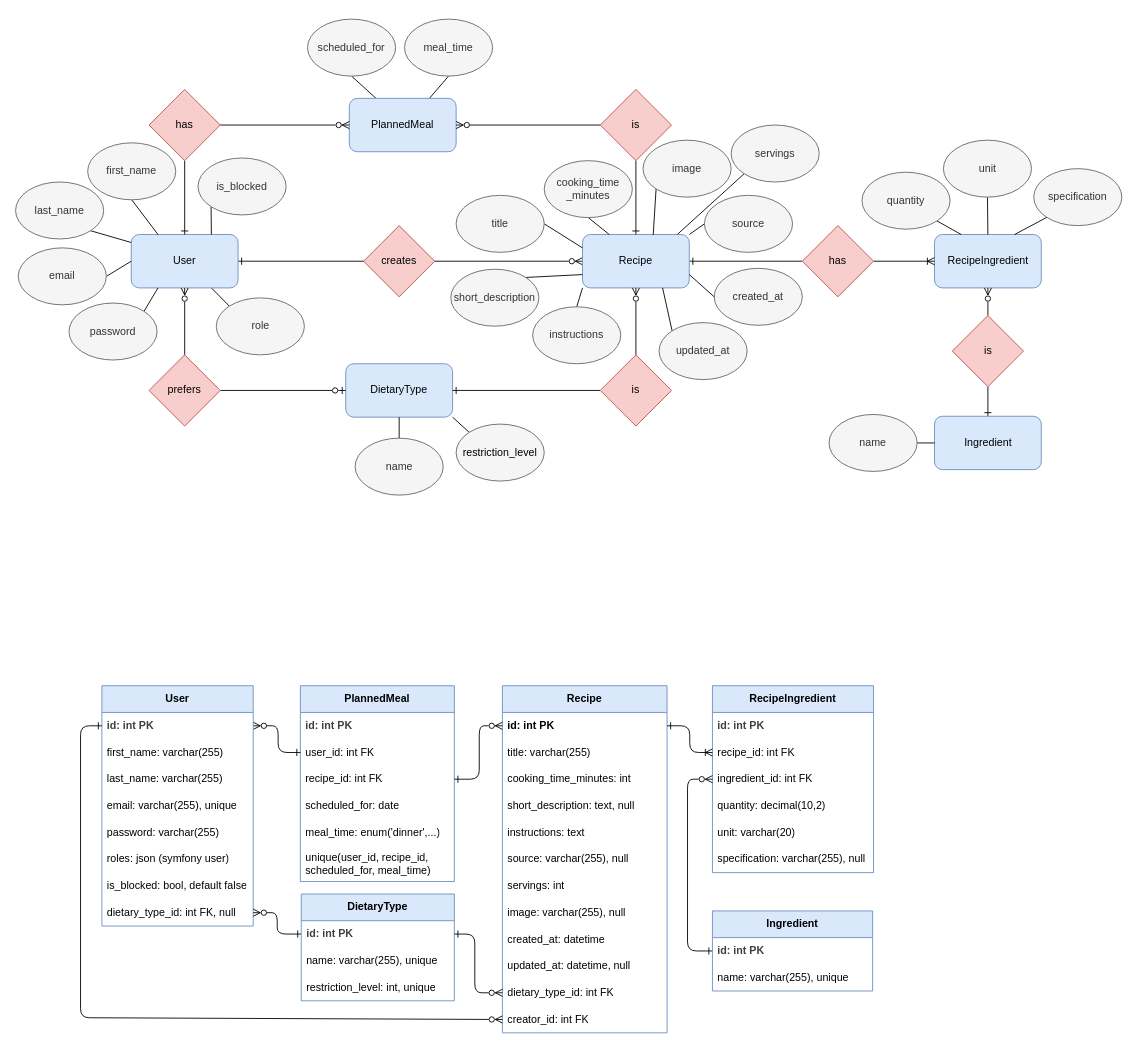
Earlier version of the draw.io diagram docs/erd/erd.drawio (ClaudiaLingenhoel/meal-planner). Source tidied: cells renumbered, new cells numbered last; positions are measured from the earlier drawing's top-left corner, leaving out a move shared by most shapes. Both pictures are drawn from the tidied source at 89%, with x=0, y=0 at pixel (15, 19).
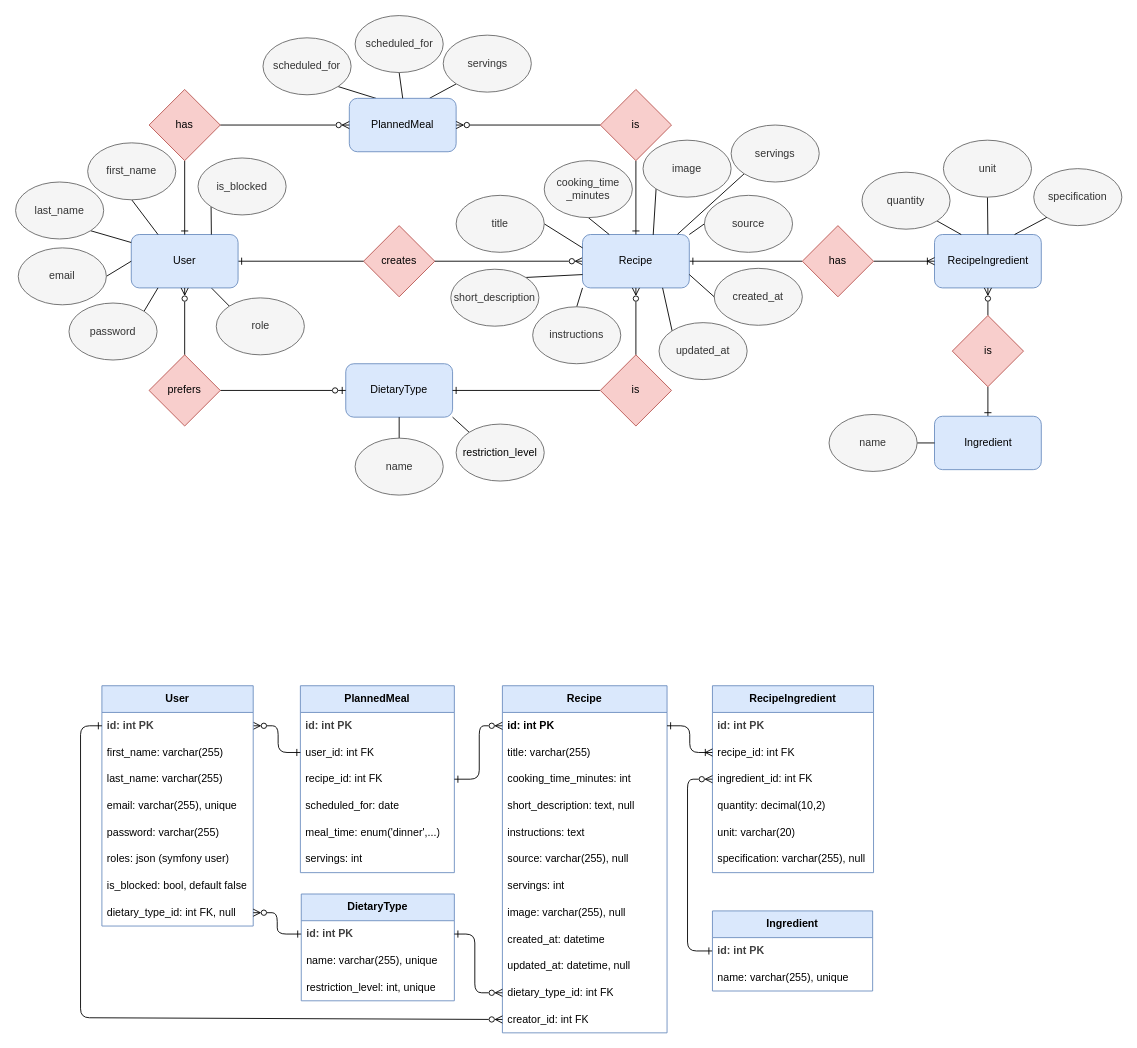
Above is the later version.

Commit message (it also covers changes not shown here):
Add servings to planned meals

Unchanged cells that the change refers to:
```xml
<mxCell id="118" value="PlannedMeal" style="rounded=1;whiteSpace=wrap;html=1;fillColor=#dae8fc;strokeColor=#6c8ebf;" parent="1" vertex="1">
  <mxGeometry x="375" y="89" width="120" height="60" as="geometry" />
</mxCell>
```

What changed in the source:
```diff
@@
-    <mxCell id="26" style="edgeStyle=none;shape=connector;rounded=1;html=1;exitX=0.5;exitY=1;exitDx=0;exitDy=0;strokeColor=default;align=center;verticalAlign=middle;fontFamily=Helvetica;fontSize=11;fontColor=default;labelBackgroundColor=default;endArrow=none;endFill=0;entryX=0.25;entryY=0;entryDx=0;entryDy=0;" parent="1" edge="1" source="27" target="118">
+    <mxCell id="26" style="edgeStyle=none;shape=connector;rounded=1;html=1;exitX=1;exitY=1;exitDx=0;exitDy=0;strokeColor=default;align=center;verticalAlign=middle;fontFamily=Helvetica;fontSize=11;fontColor=default;labelBackgroundColor=default;endArrow=none;endFill=0;entryX=0.25;entryY=0;entryDx=0;entryDy=0;" parent="1" edge="1" source="27" target="118">
       <mxGeometry relative="1" as="geometry" />
     </mxCell>
     <mxCell id="27" value="scheduled_for" style="ellipse;whiteSpace=wrap;html=1;fillColor=#f5f5f5;fontColor=#333333;strokeColor=#666666;" parent="1" vertex="1">
-      <mxGeometry x="328" width="99" height="64" as="geometry" />
+      <mxGeometry x="278" y="21" width="99" height="64" as="geometry" />
     </mxCell>
-    <mxCell id="28" style="edgeStyle=none;shape=connector;rounded=1;html=1;exitX=0.5;exitY=1;exitDx=0;exitDy=0;strokeColor=default;align=center;verticalAlign=middle;fontFamily=Helvetica;fontSize=11;fontColor=default;labelBackgroundColor=default;endArrow=none;endFill=0;entryX=0.75;entryY=0;entryDx=0;entryDy=0;" parent="1" edge="1" source="29" target="118">
+    <mxCell id="28" style="edgeStyle=none;shape=connector;rounded=1;html=1;exitX=0;exitY=1;exitDx=0;exitDy=0;strokeColor=default;align=center;verticalAlign=middle;fontFamily=Helvetica;fontSize=11;fontColor=default;labelBackgroundColor=default;endArrow=none;endFill=0;entryX=0.75;entryY=0;entryDx=0;entryDy=0;" parent="1" edge="1" source="29" target="118">
       <mxGeometry relative="1" as="geometry" />
     </mxCell>
-    <mxCell id="29" value="meal_time" style="ellipse;whiteSpace=wrap;html=1;fillColor=#f5f5f5;fontColor=#333333;strokeColor=#666666;" parent="1" vertex="1">
-      <mxGeometry x="437" width="99" height="64" as="geometry" />
+    <mxCell id="29" value="servings" style="ellipse;whiteSpace=wrap;html=1;fillColor=#f5f5f5;fontColor=#333333;strokeColor=#666666;" parent="1" vertex="1">
+      <mxGeometry x="480.5" y="18" width="99" height="64" as="geometry" />
     </mxCell>
@@
     <mxCell id="90" value="&lt;b&gt;PlannedMeal&lt;/b&gt;" style="swimlane;fontStyle=0;horizontal=1;startSize=30;whiteSpace=wrap;html=1;fillColor=#dae8fc;strokeColor=#6c8ebf;" parent="1" vertex="1">
-      <mxGeometry x="320" y="749" width="173" height="220" as="geometry" />
+      <mxGeometry x="320" y="749" width="173" height="210" as="geometry" />
     </mxCell>
@@
-    <mxCell id="96" value="unique(user_id, recipe_id, scheduled_for, meal_time)" style="text;strokeColor=none;fillColor=none;align=left;verticalAlign=middle;spacingLeft=4;spacingRight=4;overflow=hidden;whiteSpace=wrap;html=1;" parent="90" vertex="1">
-      <mxGeometry y="180" width="173" height="40" as="geometry" />
-    </mxCell>
+    <mxCell id="127" value="servings: int" style="text;strokeColor=none;fillColor=none;align=left;verticalAlign=middle;spacingLeft=4;spacingRight=4;overflow=hidden;whiteSpace=wrap;html=1;" parent="90" vertex="1">
+      <mxGeometry y="180" width="173" height="30" as="geometry" />
+    </mxCell>
@@
+    <mxCell id="128" style="edgeStyle=none;html=1;exitX=0.5;exitY=1;exitDx=0;exitDy=0;entryX=0.5;entryY=0;entryDx=0;entryDy=0;endArrow=none;endFill=0;" parent="1" edge="1" source="129" target="118">
+      <mxGeometry relative="1" as="geometry" />
+    </mxCell>
+    <mxCell id="129" value="scheduled_for" style="ellipse;whiteSpace=wrap;html=1;fillColor=#f5f5f5;fontColor=#333333;strokeColor=#666666;" parent="1" vertex="1">
+      <mxGeometry x="381.5" y="-4" width="99" height="64" as="geometry" />
+    </mxCell>
```
